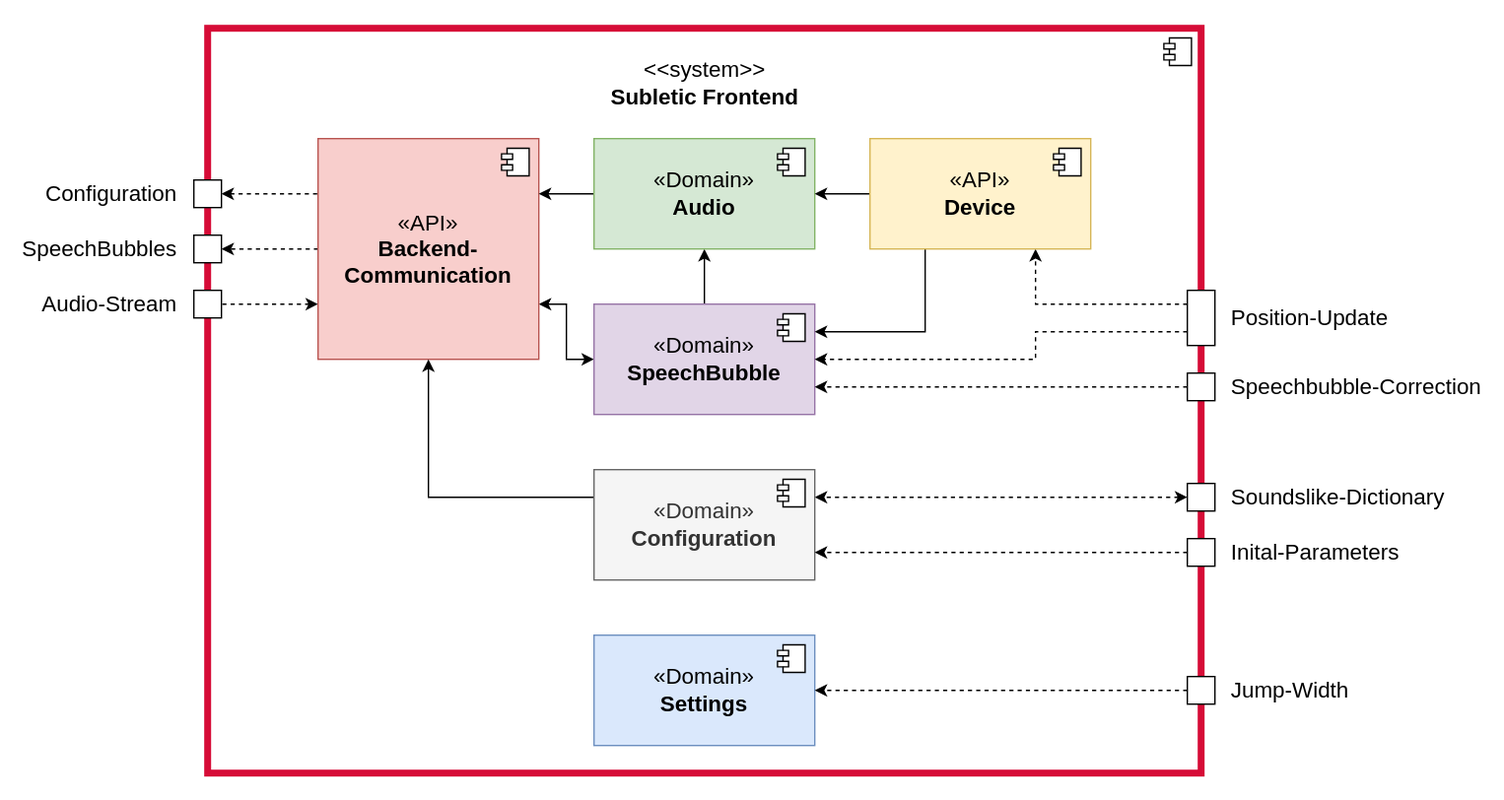
Above: TechnicalDocumentation/arc42/img/Bausteinsicht_1_Frontend.drawio.svg in Subletic/Documentation (draw.io), before the change. Source tidied: cells renumbered, new cells last; positions are measured from the earlier drawing's top-left corner, leaving out a move shared by most shapes.
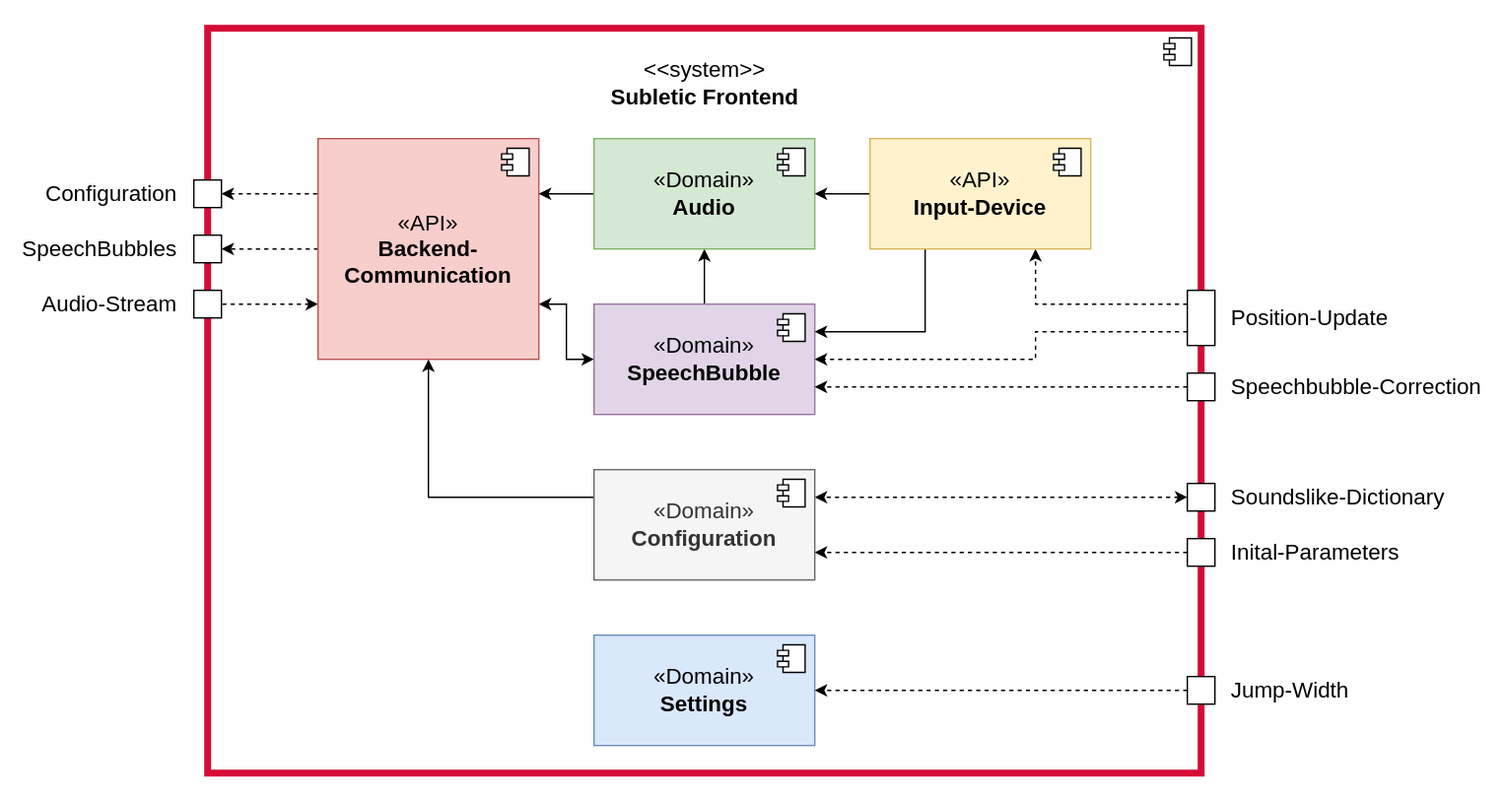
The same diagram one commit later.

Diff of the diagram source:
```diff
@@ -159,7 +159,7 @@
     <mxCell id="43" style="edgeStyle=orthogonalEdgeStyle;rounded=0;jettySize=auto;html=1;exitX=0.25;exitY=1;exitDx=0;exitDy=0;entryX=1;entryY=0.25;entryDx=0;entryDy=0;" parent="1" edge="1" source="44" target="14">
       <mxGeometry relative="1" as="geometry" />
     </mxCell>
-    <mxCell id="44" value="«API»&lt;br style=&quot;font-size: 16px;&quot;&gt;&lt;b style=&quot;font-size: 16px;&quot;&gt;Device&lt;/b&gt;" style="html=1;whiteSpace=wrap;fillColor=#fff2cc;strokeColor=#d6b656;fontSize=16;" parent="1" vertex="1">
+    <mxCell id="44" value="«API»&lt;br style=&quot;font-size: 16px;&quot;&gt;&lt;b style=&quot;font-size: 16px;&quot;&gt;Input-Device&lt;/b&gt;" style="html=1;whiteSpace=wrap;fillColor=#fff2cc;strokeColor=#d6b656;fontSize=16;" parent="1" vertex="1">
       <mxGeometry x="630" y="100" width="160" height="80" as="geometry" />
     </mxCell>
     <mxCell id="45" style="shape=module;jettyWidth=8;jettyHeight=4;" parent="44" vertex="1">
```
